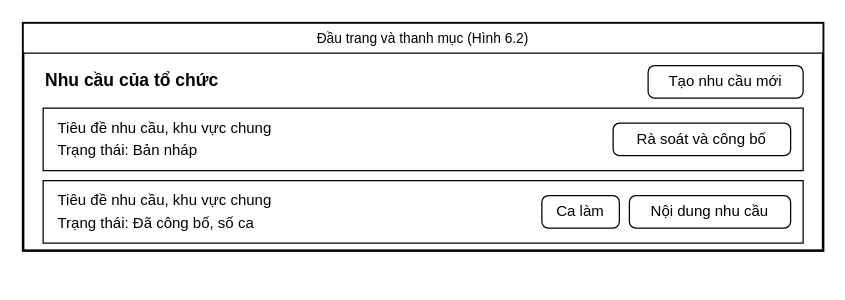
Earlier version of the draw.io diagram docs/giao_dien/drawio/M06_Danh_sach_nhu_cau.drawio (kanishere55/OOSD_NenTangDieuPhoi_TNV). Source tidied: cells renumbered, new cells numbered last; positions are measured from the earlier drawing's top-left corner, leaving out a move shared by most shapes. Both pictures are drawn from the tidied source at 125%, with x=0, y=0 at pixel (22, 22).
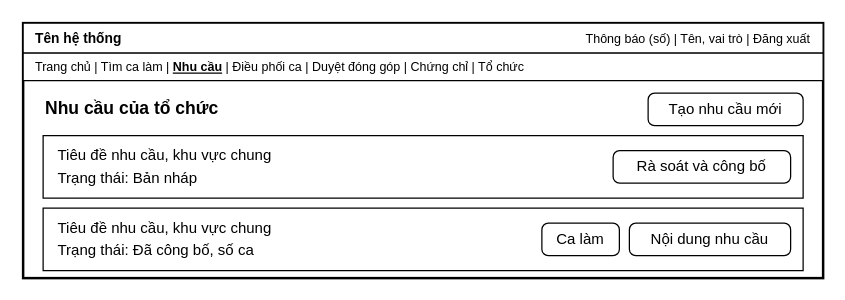
The same page after the edit.

Change to the diagram source:
```diff
@@
 <mxGraphModel>
   <root>
     <mxCell id="0" />
     <mxCell id="1" parent="0" />
     <mxCell id="2" style="rounded=0;whiteSpace=wrap;html=1;fillColor=#ffffff;strokeColor=#000000;strokeWidth=2;" parent="1" vertex="1">
-      <mxGeometry width="640" height="182" as="geometry" />
+      <mxGeometry width="640" height="204" as="geometry" />
     </mxCell>
-    <mxCell id="3" value="Đầu trang và thanh mục (Hình 6.2)" style="rounded=0;whiteSpace=wrap;html=1;fillColor=#ffffff;strokeColor=#000000;fontColor=#000000;fontSize=11;align=center;" parent="1" vertex="1">
+    <mxCell id="3" style="rounded=0;whiteSpace=wrap;html=1;fillColor=#ffffff;strokeColor=#000000;fontColor=#000000;fontSize=12;align=center;" parent="1" vertex="1">
       <mxGeometry width="640" height="24" as="geometry" />
     </mxCell>
-    <mxCell id="4" value="Nhu cầu của tổ chức" style="text;html=1;strokeColor=none;fillColor=none;whiteSpace=wrap;verticalAlign=middle;fontColor=#000000;align=left;fontSize=14;fontStyle=1;" parent="1" vertex="1">
-      <mxGeometry x="16" y="34" width="300" height="24" as="geometry" />
+    <mxCell id="4" value="Tên hệ thống" style="text;html=1;strokeColor=none;fillColor=none;whiteSpace=wrap;verticalAlign=middle;fontColor=#000000;align=left;fontSize=11;fontStyle=1;" parent="1" vertex="1">
+      <mxGeometry x="8" y="2" width="150" height="20" as="geometry" />
     </mxCell>
-    <mxCell id="5" value="Tạo nhu cầu mới" style="rounded=1;arcSize=20;whiteSpace=wrap;html=1;fillColor=#ffffff;strokeColor=#000000;fontColor=#000000;fontSize=12;" parent="1" vertex="1">
-      <mxGeometry x="500" y="34" width="124" height="26" as="geometry" />
+    <mxCell id="5" value="Thông báo (số)   |   Tên, vai trò   |   Đăng xuất" style="text;html=1;strokeColor=none;fillColor=none;whiteSpace=wrap;verticalAlign=middle;fontColor=#000000;align=right;fontSize=10;fontStyle=0;" parent="1" vertex="1">
+      <mxGeometry x="340" y="2" width="292" height="20" as="geometry" />
     </mxCell>
     <mxCell id="6" style="rounded=0;whiteSpace=wrap;html=1;fillColor=#ffffff;strokeColor=#000000;fontColor=#000000;fontSize=12;align=center;" parent="1" vertex="1">
-      <mxGeometry x="16" y="68" width="608" height="50" as="geometry" />
+      <mxGeometry y="24" width="640" height="22" as="geometry" />
     </mxCell>
-    <mxCell id="7" value="Tiêu đề nhu cầu, khu vực chung" style="text;html=1;strokeColor=none;fillColor=none;whiteSpace=wrap;verticalAlign=middle;fontColor=#000000;align=left;fontSize=12;fontStyle=0;" parent="1" vertex="1">
-      <mxGeometry x="26" y="75" width="588" height="18" as="geometry" />
+    <mxCell id="7" value="Trang chủ   |   Tìm ca làm   |   &lt;b&gt;&lt;u&gt;Nhu cầu&lt;/u&gt;&lt;/b&gt;   |   Điều phối ca   |   Duyệt đóng góp   |   Chứng chỉ   |   Tổ chức" style="text;html=1;strokeColor=none;fillColor=none;whiteSpace=wrap;verticalAlign=middle;fontColor=#000000;align=left;fontSize=10;fontStyle=0;" parent="1" vertex="1">
+      <mxGeometry x="8" y="25" width="624" height="20" as="geometry" />
     </mxCell>
-    <mxCell id="8" value="Trạng thái: Bản nháp" style="text;html=1;strokeColor=none;fillColor=none;whiteSpace=wrap;verticalAlign=middle;fontColor=#000000;align=left;fontSize=12;fontStyle=0;" parent="1" vertex="1">
-      <mxGeometry x="26" y="93" width="588" height="18" as="geometry" />
+    <mxCell id="8" value="Nhu cầu của tổ chức" style="text;html=1;strokeColor=none;fillColor=none;whiteSpace=wrap;verticalAlign=middle;fontColor=#000000;align=left;fontSize=14;fontStyle=1;" parent="1" vertex="1">
+      <mxGeometry x="16" y="56" width="300" height="24" as="geometry" />
     </mxCell>
-    <mxCell id="9" value="Rà soát và công bố" style="rounded=1;arcSize=20;whiteSpace=wrap;html=1;fillColor=#ffffff;strokeColor=#000000;fontColor=#000000;fontSize=12;" parent="1" vertex="1">
-      <mxGeometry x="472" y="80" width="142" height="26" as="geometry" />
+    <mxCell id="9" value="Tạo nhu cầu mới" style="rounded=1;arcSize=20;whiteSpace=wrap;html=1;fillColor=#ffffff;strokeColor=#000000;fontColor=#000000;fontSize=12;" parent="1" vertex="1">
+      <mxGeometry x="500" y="56" width="124" height="26" as="geometry" />
     </mxCell>
     <mxCell id="10" style="rounded=0;whiteSpace=wrap;html=1;fillColor=#ffffff;strokeColor=#000000;fontColor=#000000;fontSize=12;align=center;" parent="1" vertex="1">
-      <mxGeometry x="16" y="126" width="608" height="50" as="geometry" />
+      <mxGeometry x="16" y="90" width="608" height="50" as="geometry" />
     </mxCell>
     <mxCell id="11" value="Tiêu đề nhu cầu, khu vực chung" style="text;html=1;strokeColor=none;fillColor=none;whiteSpace=wrap;verticalAlign=middle;fontColor=#000000;align=left;fontSize=12;fontStyle=0;" parent="1" vertex="1">
-      <mxGeometry x="26" y="133" width="588" height="18" as="geometry" />
+      <mxGeometry x="26" y="97" width="588" height="18" as="geometry" />
     </mxCell>
-    <mxCell id="12" value="Trạng thái: Đã công bố, số ca" style="text;html=1;strokeColor=none;fillColor=none;whiteSpace=wrap;verticalAlign=middle;fontColor=#000000;align=left;fontSize=12;fontStyle=0;" parent="1" vertex="1">
-      <mxGeometry x="26" y="151" width="588" height="18" as="geometry" />
+    <mxCell id="12" value="Trạng thái: Bản nháp" style="text;html=1;strokeColor=none;fillColor=none;whiteSpace=wrap;verticalAlign=middle;fontColor=#000000;align=left;fontSize=12;fontStyle=0;" parent="1" vertex="1">
+      <mxGeometry x="26" y="115" width="588" height="18" as="geometry" />
     </mxCell>
-    <mxCell id="13" value="Nội dung nhu cầu" style="rounded=1;arcSize=20;whiteSpace=wrap;html=1;fillColor=#ffffff;strokeColor=#000000;fontColor=#000000;fontSize=12;" parent="1" vertex="1">
-      <mxGeometry x="485" y="138" width="129" height="26" as="geometry" />
+    <mxCell id="13" value="Rà soát và công bố" style="rounded=1;arcSize=20;whiteSpace=wrap;html=1;fillColor=#ffffff;strokeColor=#000000;fontColor=#000000;fontSize=12;" parent="1" vertex="1">
+      <mxGeometry x="472" y="102" width="142" height="26" as="geometry" />
     </mxCell>
-    <mxCell id="14" value="Ca làm" style="rounded=1;arcSize=20;whiteSpace=wrap;html=1;fillColor=#ffffff;strokeColor=#000000;fontColor=#000000;fontSize=12;" parent="1" vertex="1">
-      <mxGeometry x="415" y="138" width="62" height="26" as="geometry" />
+    <mxCell id="14" style="rounded=0;whiteSpace=wrap;html=1;fillColor=#ffffff;strokeColor=#000000;fontColor=#000000;fontSize=12;align=center;" parent="1" vertex="1">
+      <mxGeometry x="16" y="148" width="608" height="50" as="geometry" />
     </mxCell>
+    <mxCell id="15" value="Tiêu đề nhu cầu, khu vực chung" style="text;html=1;strokeColor=none;fillColor=none;whiteSpace=wrap;verticalAlign=middle;fontColor=#000000;align=left;fontSize=12;fontStyle=0;" parent="1" vertex="1">
+      <mxGeometry x="26" y="155" width="588" height="18" as="geometry" />
+    </mxCell>
+    <mxCell id="16" value="Trạng thái: Đã công bố, số ca" style="text;html=1;strokeColor=none;fillColor=none;whiteSpace=wrap;verticalAlign=middle;fontColor=#000000;align=left;fontSize=12;fontStyle=0;" parent="1" vertex="1">
+      <mxGeometry x="26" y="173" width="588" height="18" as="geometry" />
+    </mxCell>
+    <mxCell id="17" value="Nội dung nhu cầu" style="rounded=1;arcSize=20;whiteSpace=wrap;html=1;fillColor=#ffffff;strokeColor=#000000;fontColor=#000000;fontSize=12;" parent="1" vertex="1">
+      <mxGeometry x="485" y="160" width="129" height="26" as="geometry" />
+    </mxCell>
+    <mxCell id="18" value="Ca làm" style="rounded=1;arcSize=20;whiteSpace=wrap;html=1;fillColor=#ffffff;strokeColor=#000000;fontColor=#000000;fontSize=12;" parent="1" vertex="1">
+      <mxGeometry x="415" y="160" width="62" height="26" as="geometry" />
+    </mxCell>
   </root>
 </mxGraphModel>
```
